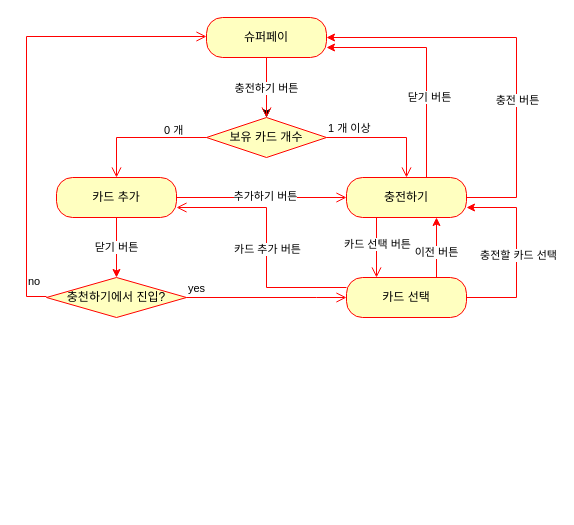
Before: page "충전플로우 - Topup RIB" (3 of 3) of SuperAppRIBTree.drawio in gookhee/diagrams, a draw.io diagram. Source tidied: cells renumbered, new cells numbered last; positions are measured from the earlier drawing's top-left corner, leaving out a move shared by most shapes. Both pictures are drawn from the tidied source at 100%, with x=0, y=0 at pixel (26, 17).
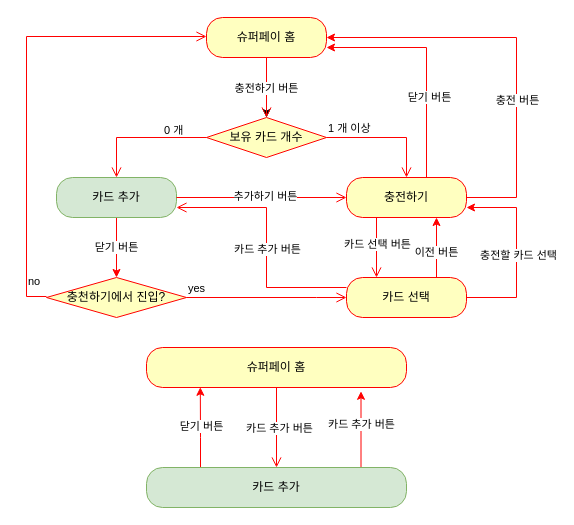
After the change.

The edit, as a diff of the source:
```diff
@@
-    <mxCell id="3" value="슈퍼페이" style="rounded=1;whiteSpace=wrap;html=1;arcSize=40;fontColor=#000000;fillColor=#ffffc0;strokeColor=#ff0000;" parent="1" vertex="1">
+    <mxCell id="3" value="슈퍼페이 홈" style="rounded=1;whiteSpace=wrap;html=1;arcSize=40;fontColor=#000000;fillColor=#ffffc0;strokeColor=#ff0000;" parent="1" vertex="1">
       <mxGeometry x="180" width="120" height="40" as="geometry" />
     </mxCell>
@@
-    <mxCell id="7" value="카드 추가" style="rounded=1;whiteSpace=wrap;html=1;arcSize=40;fontColor=#000000;fillColor=#ffffc0;strokeColor=#ff0000;" parent="1" vertex="1">
+    <mxCell id="7" value="카드 추가" style="rounded=1;whiteSpace=wrap;html=1;arcSize=40;fillColor=#d5e8d4;strokeColor=#82b366;" parent="1" vertex="1">
       <mxGeometry x="30" y="160" width="120" height="40" as="geometry" />
     </mxCell>
@@
+    <mxCell id="30" value="슈퍼페이 홈" style="rounded=1;whiteSpace=wrap;html=1;arcSize=40;fontColor=#000000;fillColor=#ffffc0;strokeColor=#ff0000;" parent="1" vertex="1">
+      <mxGeometry x="120" y="330" width="260" height="40" as="geometry" />
+    </mxCell>
+    <mxCell id="31" style="edgeStyle=orthogonalEdgeStyle;html=1;verticalAlign=bottom;endArrow=open;endSize=8;strokeColor=#ff0000;rounded=0;entryX=0.5;entryY=0;entryDx=0;entryDy=0;" parent="1" edge="1" source="30" target="37">
+      <mxGeometry relative="1" as="geometry" />
+    </mxCell>
+    <mxCell id="32" value="카드 추가 버튼" style="edgeLabel;html=1;align=center;verticalAlign=middle;" parent="31" vertex="1">
+      <mxGeometry x="0.01" y="2" relative="1" as="geometry" />
+    </mxCell>
+    <mxCell id="33" style="edgeStyle=orthogonalEdgeStyle;rounded=0;jettySize=auto;html=1;entryX=0.207;entryY=0.995;entryDx=0;entryDy=0;entryPerimeter=0;strokeColor=#FF0000;" parent="1" edge="1" source="37" target="30">
+      <mxGeometry relative="1" as="geometry">
+        <Array as="points">
+          <mxPoint x="174" y="420" />
+          <mxPoint x="174" y="420" />
+        </Array>
+      </mxGeometry>
+    </mxCell>
+    <mxCell id="34" value="닫기 버튼" style="edgeLabel;html=1;align=center;verticalAlign=middle;" parent="33" vertex="1">
+      <mxGeometry x="0.02" y="-1" relative="1" as="geometry" />
+    </mxCell>
+    <mxCell id="35" style="edgeStyle=orthogonalEdgeStyle;rounded=0;jettySize=auto;html=1;entryX=0.825;entryY=1.095;entryDx=0;entryDy=0;entryPerimeter=0;strokeColor=#FF0000;" parent="1" edge="1" source="37" target="30">
+      <mxGeometry relative="1" as="geometry">
+        <Array as="points">
+          <mxPoint x="335" y="410" />
+        </Array>
+      </mxGeometry>
+    </mxCell>
+    <mxCell id="36" value="카드 추가 버튼" style="edgeLabel;html=1;align=center;verticalAlign=middle;" parent="35" vertex="1">
+      <mxGeometry x="0.16" relative="1" as="geometry" />
+    </mxCell>
+    <mxCell id="37" value="카드 추가" style="rounded=1;whiteSpace=wrap;html=1;arcSize=40;fillColor=#d5e8d4;strokeColor=#82b366;" parent="1" vertex="1">
+      <mxGeometry x="120" y="450" width="260" height="40" as="geometry" />
+    </mxCell>
```
